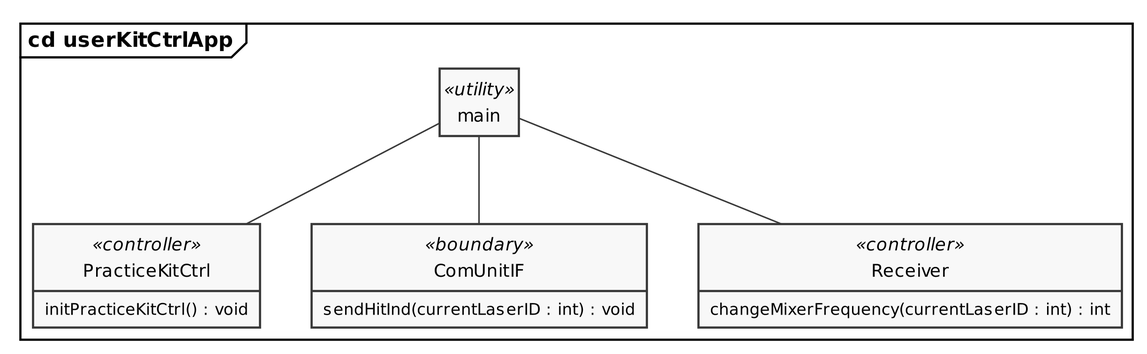
Before: PlantUML/out/practiceKitCtrlApp_cd.png, a diagram exported from PlantUML (LasseKrarup/Laser-Tag-Project).
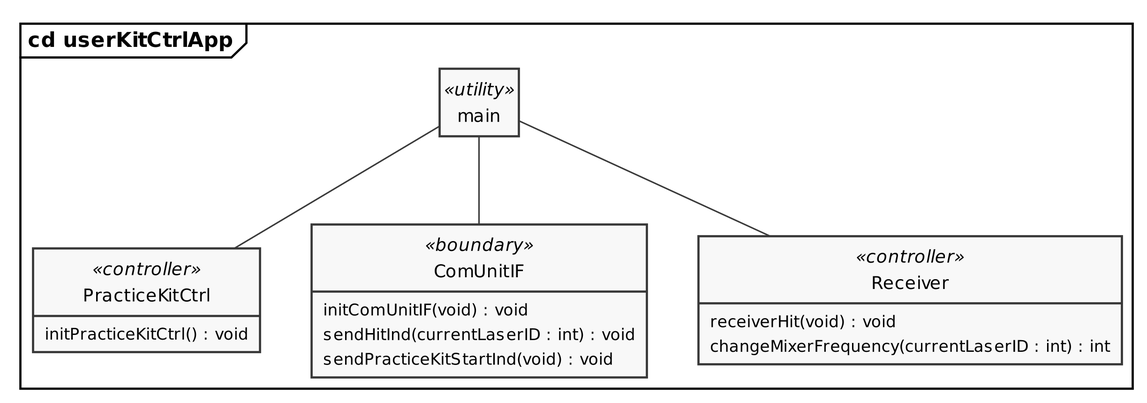
After the change.

The edit, as a diff of the source:
```diff
@@ -22,10 +22,13 @@
     }
 
     class ComUnitIF <<boundary>> {
+        initComUnitIF(void) : void
         sendHitInd(currentLaserID : int) : void
+        sendPracticeKitStartInd(void) : void
     }
 
     class Receiver <<controller>> {
+        receiverHit(void) : void
         changeMixerFrequency(currentLaserID : int) : int
     }
 }
```
